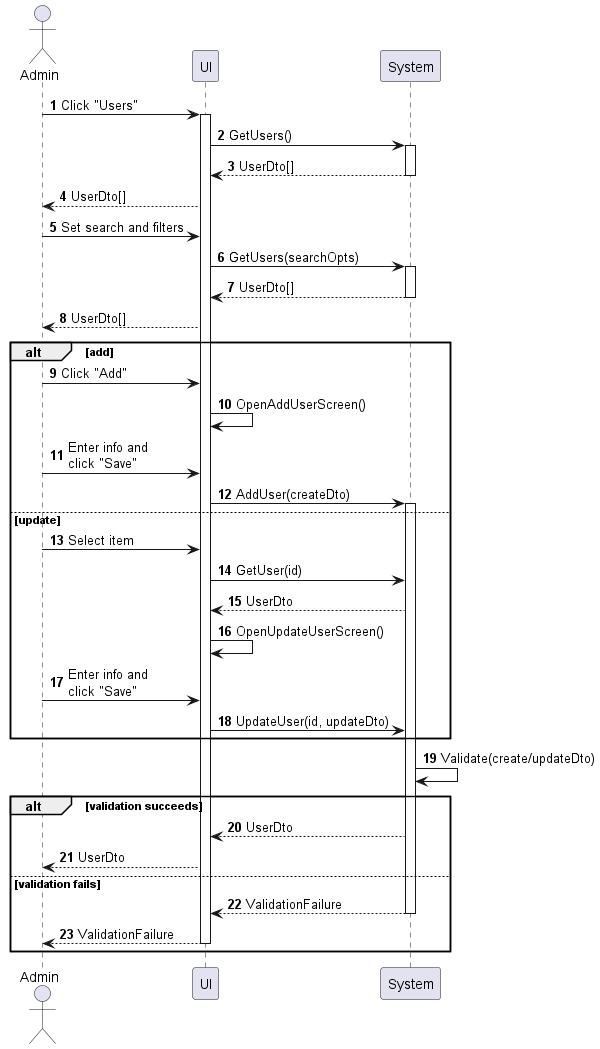
Above: sequences/user-manage.png in phihungha/scmss-reqs (PlantUML), before the change.
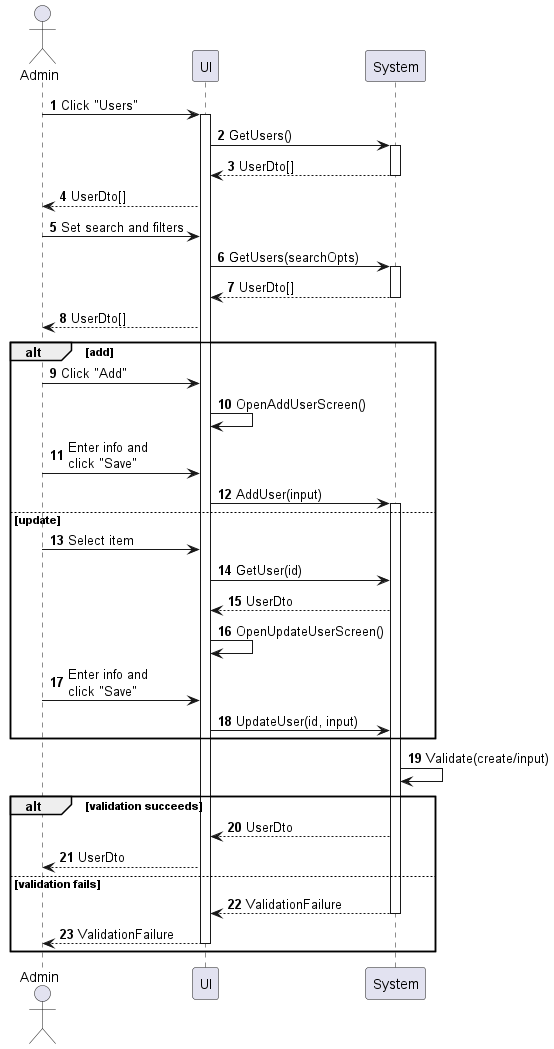
The same diagram one commit later.

Diff of the diagram source:
```diff
@@ -21,7 +21,7 @@
     a -> f : Click "Add"
     f -> f : OpenAddUserScreen()
     a -> f : Enter info and\nclick "Save"
-    f -> b : AddUser(createDto)
+    f -> b : AddUser(input)
     activate b
 else update
     a -> f : Select item
@@ -29,10 +29,10 @@
     b --> f : UserDto
     f -> f : OpenUpdateUserScreen()
     a -> f : Enter info and\nclick "Save"
-    f -> b : UpdateUser(id, updateDto)
+    f -> b : UpdateUser(id, input)
 end
 
-b -> b : Validate(create/updateDto)
+b -> b : Validate(create/input)
 
 alt validation succeeds
     b --> f : UserDto
```
